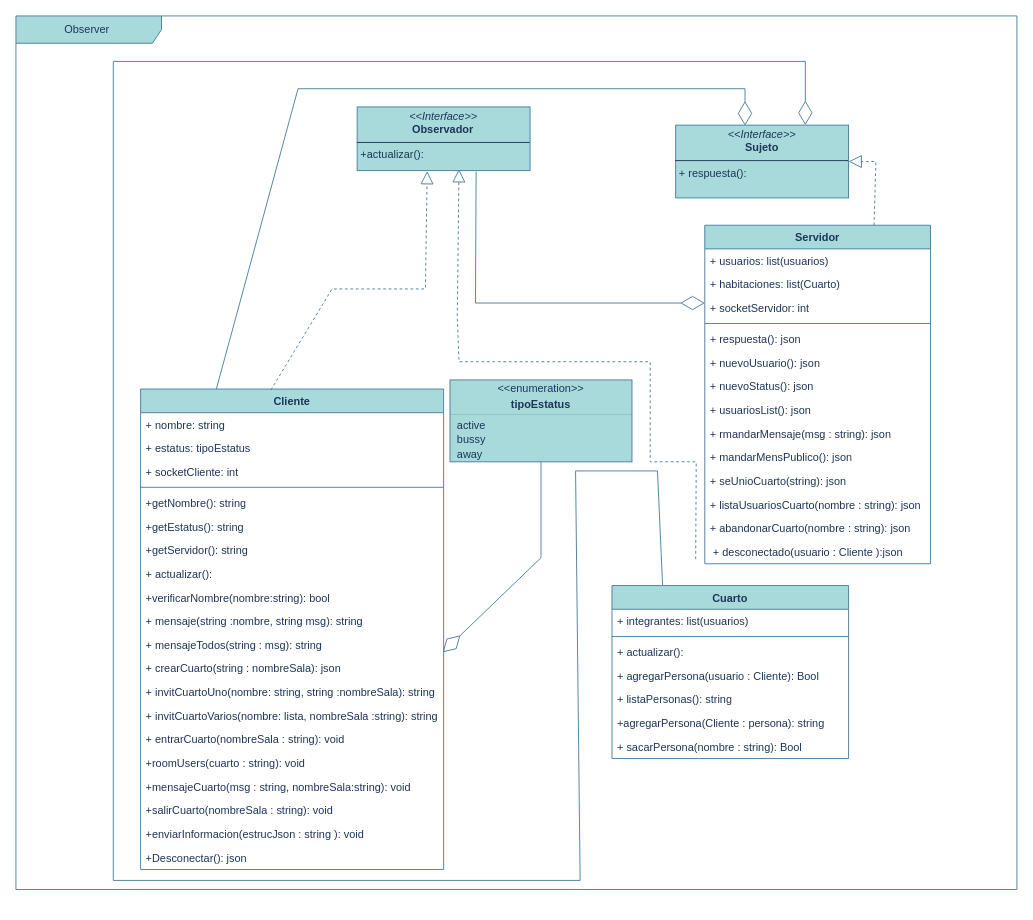
The draw.io diagram docs/Mensajeria.drawio in Sergio09XJ/Servicio-Mensajeria, before the edit. Source tidied: cells renumbered, new cells numbered last; positions are measured from the earlier drawing's top-left corner, leaving out a move shared by most shapes. Both pictures are drawn from the tidied source at 91%, with x=0, y=0 at pixel (15, 15).
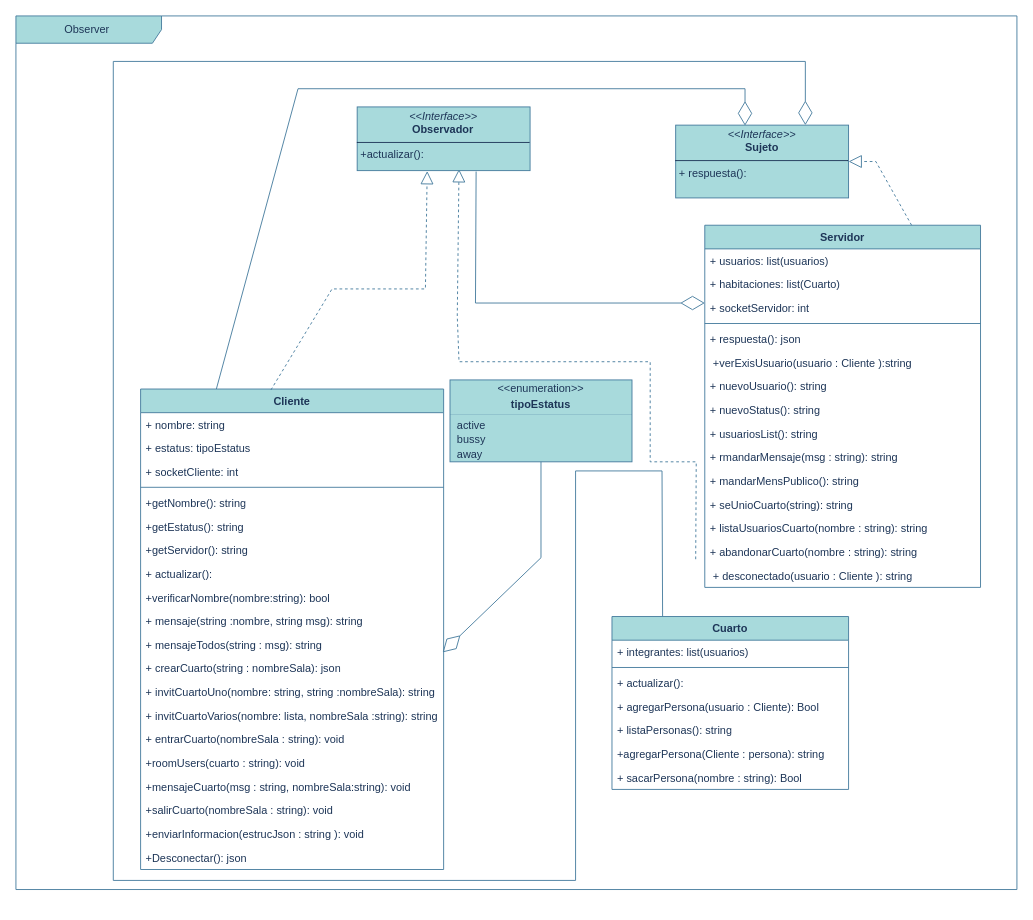
After the change.

Commit message (it also covers changes not shown here):
docs : Modificamos el UMl en base a nuevas necesidades detectadas en el Servidor.

Unchanged cells that the change refers to:
```xml
<mxCell id="43" value="&lt;p style=&quot;margin:0px;margin-top:4px;text-align:center;&quot;&gt;&lt;i&gt;&amp;lt;&amp;lt;Interface&amp;gt;&amp;gt;&lt;/i&gt;&lt;br&gt;&lt;b&gt;Sujeto&lt;/b&gt;&lt;/p&gt;&lt;hr size=&quot;1&quot; style=&quot;border-style:solid;&quot;&gt;&lt;p style=&quot;margin:0px;margin-left:4px;&quot;&gt;+ respuesta():&lt;br&gt;&lt;br&gt;&lt;/p&gt;" style="verticalAlign=top;align=left;overflow=fill;html=1;whiteSpace=wrap;labelBackgroundColor=none;fillColor=#A8DADC;strokeColor=#457B9D;fontColor=#1D3557;" parent="1" vertex="1">
  <mxGeometry x="725" y="120" width="190" height="80" as="geometry" />
</mxCell>
<mxCell id="54" value="Observer&amp;nbsp;" style="shape=umlFrame;whiteSpace=wrap;html=1;width=160;fillColor=#A8DADC;strokeColor=#457B9D;labelBackgroundColor=none;fontColor=#1D3557;" parent="1" vertex="1">
  <mxGeometry width="1100" height="960" as="geometry" />
</mxCell>
```

Diff of the diagram source:
```diff
@@
     <mxCell id="23" value="Servidor" style="swimlane;fontStyle=1;align=center;verticalAlign=top;horizontal=1;startSize=26;whiteSpace=wrap;html=1;labelBackgroundColor=none;fillColor=#A8DADC;strokeColor=#457B9D;fontColor=#1D3557;" parent="1" vertex="1">
-      <mxGeometry x="757" y="230" width="248" height="372" as="geometry" />
+      <mxGeometry x="757" y="230" width="303" height="398" as="geometry" />
     </mxCell>
     <mxCell id="24" value="+ usuarios: list(usuarios)&lt;div&gt;&lt;br&gt;&lt;/div&gt;" style="text;strokeColor=none;fillColor=none;align=left;verticalAlign=top;spacingLeft=4;spacingRight=4;overflow=hidden;whiteSpace=wrap;html=1;labelBackgroundColor=none;fontColor=#1D3557;" parent="23" vertex="1">
-      <mxGeometry y="26" width="248" height="26" as="geometry" />
+      <mxGeometry y="26" width="303" height="26" as="geometry" />
     </mxCell>
     <mxCell id="25" value="+ habitaciones: list(Cuarto)&lt;div&gt;&lt;br&gt;&lt;/div&gt;" style="text;strokeColor=none;fillColor=none;align=left;verticalAlign=top;spacingLeft=4;spacingRight=4;overflow=hidden;whiteSpace=wrap;html=1;labelBackgroundColor=none;fontColor=#1D3557;" parent="23" vertex="1">
-      <mxGeometry y="52" width="248" height="26" as="geometry" />
+      <mxGeometry y="52" width="303" height="26" as="geometry" />
     </mxCell>
     <mxCell id="26" value="+ socketServidor: int&amp;nbsp;&lt;div&gt;&lt;br&gt;&lt;/div&gt;" style="text;strokeColor=none;fillColor=none;align=left;verticalAlign=top;spacingLeft=4;spacingRight=4;overflow=hidden;whiteSpace=wrap;html=1;labelBackgroundColor=none;fontColor=#1D3557;" parent="23" vertex="1">
-      <mxGeometry y="78" width="248" height="26" as="geometry" />
+      <mxGeometry y="78" width="303" height="26" as="geometry" />
     </mxCell>
     <mxCell id="27" style="line;strokeWidth=1;fillColor=none;align=left;verticalAlign=middle;spacingTop=-1;spacingLeft=3;spacingRight=3;labelPosition=right;strokeColor=#457B9D;labelBackgroundColor=none;fontColor=#1D3557;" parent="23" vertex="1">
-      <mxGeometry y="104" width="248" height="8" as="geometry" />
+      <mxGeometry y="104" width="303" height="8" as="geometry" />
     </mxCell>
     <mxCell id="28" value="+ respuesta(): json" style="text;strokeColor=none;fillColor=none;align=left;verticalAlign=top;spacingLeft=4;spacingRight=4;overflow=hidden;whiteSpace=wrap;html=1;labelBackgroundColor=none;fontColor=#1D3557;" parent="23" vertex="1">
-      <mxGeometry y="112" width="248" height="26" as="geometry" />
+      <mxGeometry y="112" width="303" height="26" as="geometry" />
     </mxCell>
+    <mxCell id="63" value="&amp;nbsp;+verExisUsuario(usuario : Cliente ):string" style="text;strokeColor=none;fillColor=none;align=left;verticalAlign=top;spacingLeft=4;spacingRight=4;overflow=hidden;whiteSpace=wrap;html=1;labelBackgroundColor=none;fontColor=#1D3557;" parent="23" vertex="1">
+      <mxGeometry y="138" width="303" height="26" as="geometry" />
+    </mxCell>
-    <mxCell id="29" value="+ nuevoUsuario(): json" style="text;strokeColor=none;fillColor=none;align=left;verticalAlign=top;spacingLeft=4;spacingRight=4;overflow=hidden;whiteSpace=wrap;html=1;labelBackgroundColor=none;fontColor=#1D3557;" parent="23" vertex="1">
-      <mxGeometry y="138" width="248" height="26" as="geometry" />
+    <mxCell id="29" value="+ nuevoUsuario(): string" style="text;strokeColor=none;fillColor=none;align=left;verticalAlign=top;spacingLeft=4;spacingRight=4;overflow=hidden;whiteSpace=wrap;html=1;labelBackgroundColor=none;fontColor=#1D3557;" parent="23" vertex="1">
+      <mxGeometry y="164" width="303" height="26" as="geometry" />
     </mxCell>
-    <mxCell id="30" value="+ nuevoStatus(): json" style="text;strokeColor=none;fillColor=none;align=left;verticalAlign=top;spacingLeft=4;spacingRight=4;overflow=hidden;whiteSpace=wrap;html=1;labelBackgroundColor=none;fontColor=#1D3557;" parent="23" vertex="1">
-      <mxGeometry y="164" width="248" height="26" as="geometry" />
+    <mxCell id="30" value="+ nuevoStatus(): string" style="text;strokeColor=none;fillColor=none;align=left;verticalAlign=top;spacingLeft=4;spacingRight=4;overflow=hidden;whiteSpace=wrap;html=1;labelBackgroundColor=none;fontColor=#1D3557;" parent="23" vertex="1">
+      <mxGeometry y="190" width="303" height="26" as="geometry" />
     </mxCell>
-    <mxCell id="31" value="+ usuariosList(): json" style="text;strokeColor=none;fillColor=none;align=left;verticalAlign=top;spacingLeft=4;spacingRight=4;overflow=hidden;whiteSpace=wrap;html=1;labelBackgroundColor=none;fontColor=#1D3557;" parent="23" vertex="1">
-      <mxGeometry y="190" width="248" height="26" as="geometry" />
+    <mxCell id="31" value="+ usuariosList(): string" style="text;strokeColor=none;fillColor=none;align=left;verticalAlign=top;spacingLeft=4;spacingRight=4;overflow=hidden;whiteSpace=wrap;html=1;labelBackgroundColor=none;fontColor=#1D3557;" parent="23" vertex="1">
+      <mxGeometry y="216" width="303" height="26" as="geometry" />
     </mxCell>
-    <mxCell id="32" value="+ rmandarMensaje(msg : string): json" style="text;strokeColor=none;fillColor=none;align=left;verticalAlign=top;spacingLeft=4;spacingRight=4;overflow=hidden;whiteSpace=wrap;html=1;labelBackgroundColor=none;fontColor=#1D3557;" parent="23" vertex="1">
-      <mxGeometry y="216" width="248" height="26" as="geometry" />
+    <mxCell id="32" value="+ rmandarMensaje(msg : string): string" style="text;strokeColor=none;fillColor=none;align=left;verticalAlign=top;spacingLeft=4;spacingRight=4;overflow=hidden;whiteSpace=wrap;html=1;labelBackgroundColor=none;fontColor=#1D3557;" parent="23" vertex="1">
+      <mxGeometry y="242" width="303" height="26" as="geometry" />
     </mxCell>
-    <mxCell id="33" value="+ mandarMensPublico(): json" style="text;strokeColor=none;fillColor=none;align=left;verticalAlign=top;spacingLeft=4;spacingRight=4;overflow=hidden;whiteSpace=wrap;html=1;labelBackgroundColor=none;fontColor=#1D3557;" parent="23" vertex="1">
-      <mxGeometry y="242" width="248" height="26" as="geometry" />
+    <mxCell id="33" value="+ mandarMensPublico(): string" style="text;strokeColor=none;fillColor=none;align=left;verticalAlign=top;spacingLeft=4;spacingRight=4;overflow=hidden;whiteSpace=wrap;html=1;labelBackgroundColor=none;fontColor=#1D3557;" parent="23" vertex="1">
+      <mxGeometry y="268" width="303" height="26" as="geometry" />
     </mxCell>
-    <mxCell id="34" value="+ seUnioCuarto(string): json" style="text;strokeColor=none;fillColor=none;align=left;verticalAlign=top;spacingLeft=4;spacingRight=4;overflow=hidden;whiteSpace=wrap;html=1;labelBackgroundColor=none;fontColor=#1D3557;" parent="23" vertex="1">
-      <mxGeometry y="268" width="248" height="26" as="geometry" />
+    <mxCell id="34" value="+ seUnioCuarto(string): string" style="text;strokeColor=none;fillColor=none;align=left;verticalAlign=top;spacingLeft=4;spacingRight=4;overflow=hidden;whiteSpace=wrap;html=1;labelBackgroundColor=none;fontColor=#1D3557;" parent="23" vertex="1">
+      <mxGeometry y="294" width="303" height="26" as="geometry" />
     </mxCell>
-    <mxCell id="35" value="+ listaUsuariosCuarto(nombre : string): json" style="text;strokeColor=none;fillColor=none;align=left;verticalAlign=top;spacingLeft=4;spacingRight=4;overflow=hidden;whiteSpace=wrap;html=1;labelBackgroundColor=none;fontColor=#1D3557;" parent="23" vertex="1">
-      <mxGeometry y="294" width="248" height="26" as="geometry" />
+    <mxCell id="35" value="+ listaUsuariosCuarto(nombre : string): string" style="text;strokeColor=none;fillColor=none;align=left;verticalAlign=top;spacingLeft=4;spacingRight=4;overflow=hidden;whiteSpace=wrap;html=1;labelBackgroundColor=none;fontColor=#1D3557;" parent="23" vertex="1">
+      <mxGeometry y="320" width="303" height="26" as="geometry" />
     </mxCell>
-    <mxCell id="36" value="+ abandonarCuarto(nombre : string): json" style="text;strokeColor=none;fillColor=none;align=left;verticalAlign=top;spacingLeft=4;spacingRight=4;overflow=hidden;whiteSpace=wrap;html=1;labelBackgroundColor=none;fontColor=#1D3557;" parent="23" vertex="1">
-      <mxGeometry y="320" width="248" height="26" as="geometry" />
+    <mxCell id="36" value="+ abandonarCuarto(nombre : string): string" style="text;strokeColor=none;fillColor=none;align=left;verticalAlign=top;spacingLeft=4;spacingRight=4;overflow=hidden;whiteSpace=wrap;html=1;labelBackgroundColor=none;fontColor=#1D3557;" parent="23" vertex="1">
+      <mxGeometry y="346" width="303" height="26" as="geometry" />
     </mxCell>
-    <mxCell id="37" value="&amp;nbsp;+ desconectado(usuario : Cliente ):json" style="text;strokeColor=none;fillColor=none;align=left;verticalAlign=top;spacingLeft=4;spacingRight=4;overflow=hidden;whiteSpace=wrap;html=1;labelBackgroundColor=none;fontColor=#1D3557;" parent="23" vertex="1">
-      <mxGeometry y="346" width="248" height="26" as="geometry" />
+    <mxCell id="37" value="&amp;nbsp;+ desconectado(usuario : Cliente ): string" style="text;strokeColor=none;fillColor=none;align=left;verticalAlign=top;spacingLeft=4;spacingRight=4;overflow=hidden;whiteSpace=wrap;html=1;labelBackgroundColor=none;fontColor=#1D3557;" parent="23" vertex="1">
+      <mxGeometry y="372" width="303" height="26" as="geometry" />
     </mxCell>
@@
     <mxCell id="44" style="endArrow=diamondThin;endFill=0;endSize=24;html=1;rounded=0;exitX=0.214;exitY=-0.001;exitDx=0;exitDy=0;entryX=0.75;entryY=0;entryDx=0;entryDy=0;exitPerimeter=0;labelBackgroundColor=none;strokeColor=#457B9D;fontColor=default;" parent="1" edge="1" source="55" target="43">
       <mxGeometry relative="1" as="geometry">
         <Array as="points">
-          <mxPoint x="705" y="500" />
+          <mxPoint x="710" y="500" />
           <mxPoint x="615" y="500" />
-          <mxPoint x="620" y="950" />
+          <mxPoint x="615" y="950" />
           <mxPoint x="107" y="950" />
           <mxPoint x="107" y="50" />
           <mxPoint x="867.5" y="50" />
         </Array>
       </mxGeometry>
     </mxCell>
@@
     <mxCell id="55" value="Cuarto&lt;div&gt;&lt;br&gt;&lt;/div&gt;" style="swimlane;fontStyle=1;align=center;verticalAlign=top;horizontal=1;startSize=26;whiteSpace=wrap;html=1;labelBackgroundColor=none;fillColor=#A8DADC;strokeColor=#457B9D;fontColor=#1D3557;" parent="54" vertex="1">
-      <mxGeometry x="655" y="626" width="260" height="190" as="geometry" />
+      <mxGeometry x="655" y="660" width="260" height="190" as="geometry" />
     </mxCell>
```
